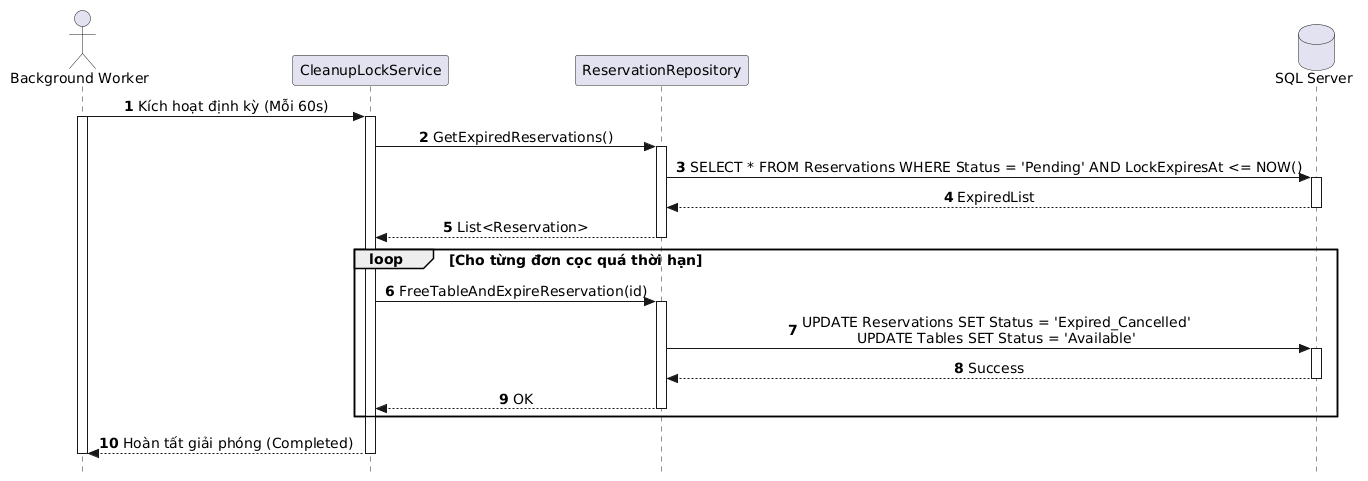
AndrewQng/VinDining keeps this PlantUML diagram as out/docs/puml/sequences/SD_UC_S1_Auto_Release_Expired_Lock/SD_UC_S1_Auto_Release_Expired_Lock.png. Above is the earlier version. Its diagram source:
```plantuml
@startuml
autonumber
skinparam style strictuml
skinparam sequenceMessageAlign center
skinparam responseMessageBelowArrow true
skinparam defaultFontName "Segoe UI", Arial, sans-serif
skinparam defaultFontSize 14

actor "Background Worker" as Worker
participant "CleanupLockService" as Service
participant "ReservationRepository" as Repo
database "SQL Server" as DB

Worker -> Service: Kích hoạt định kỳ (Mỗi 60s)
activate Worker
activate Service

Service -> Repo: GetExpiredReservations()
activate Repo
Repo -> DB: SELECT * FROM Reservations WHERE Status = 'Pending' AND LockExpiresAt <= NOW()
activate DB
DB --> Repo: ExpiredList
deactivate DB
Repo --> Service: List<Reservation>
deactivate Repo

loop Cho từng đơn cọc quá thời hạn
    Service -> Repo: FreeTableAndExpireReservation(id)
    activate Repo
    Repo -> DB: UPDATE Reservations SET Status = 'Expired_Cancelled'\nUPDATE Tables SET Status = 'Available'
    activate DB
    DB --> Repo: Success
    deactivate DB
    Repo --> Service: OK
    deactivate Repo
end

Service --> Worker: Hoàn tất giải phóng (Completed)
deactivate Service
deactivate Worker
@enduml
```
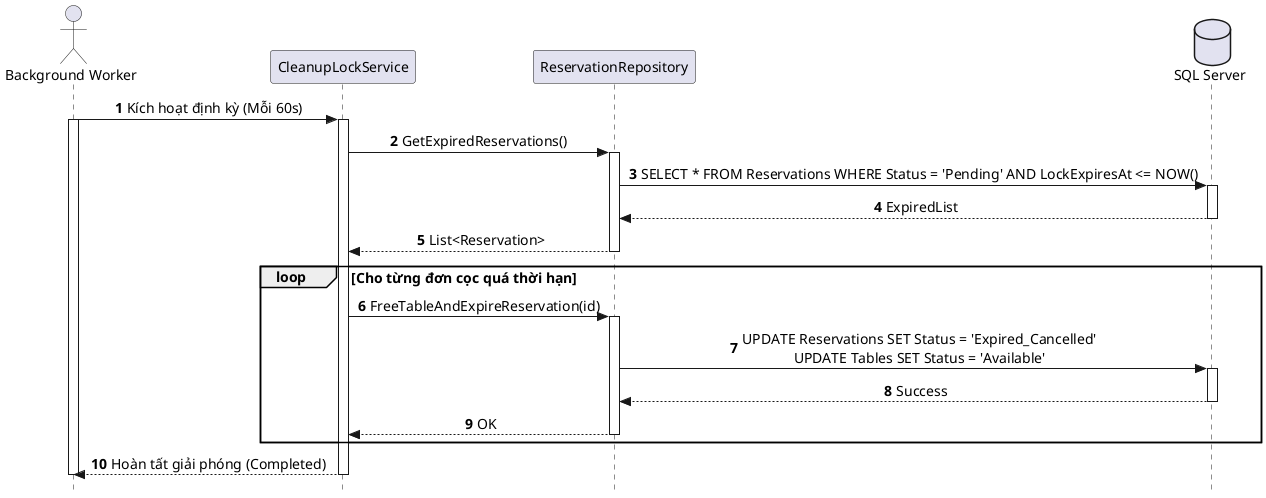
The same diagram one commit later.

Diff of the diagram source:
```diff
@@ -1,4 +1,4 @@
-@startuml
+@startuml SD_UC_S1_Giai_Phong_Ban_Het_Han_Coc
 autonumber
 skinparam style strictuml
 skinparam sequenceMessageAlign center
```
